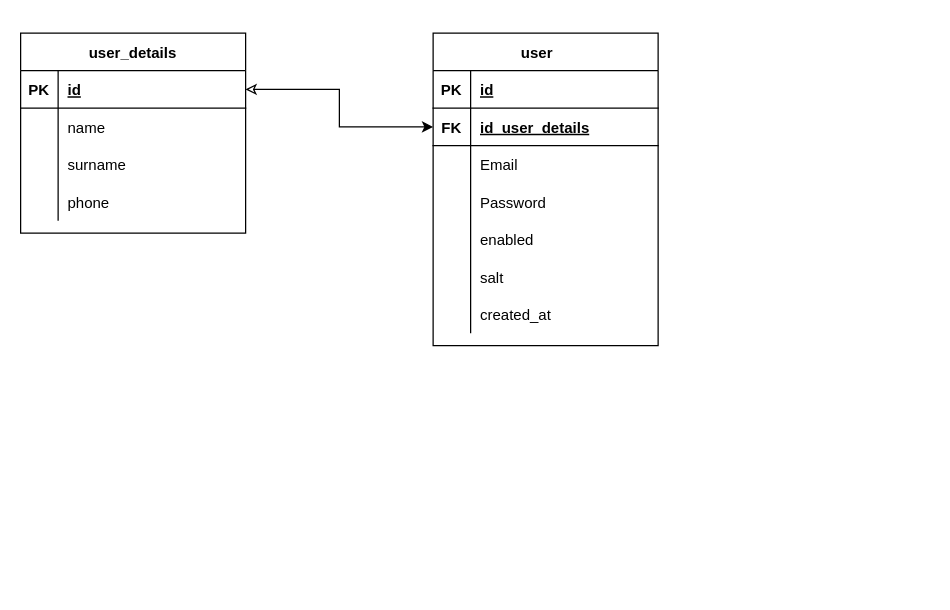
Above: WDPAI ERD.drawio in DiabolOwlin/Project_LiveHub (draw.io), before the change. Source tidied: cells renumbered, new cells numbered last; positions are measured from the earlier drawing's top-left corner, leaving out a move shared by most shapes. Both pictures are drawn from the tidied source at 125%, with x=0, y=0 at pixel (20, 32).
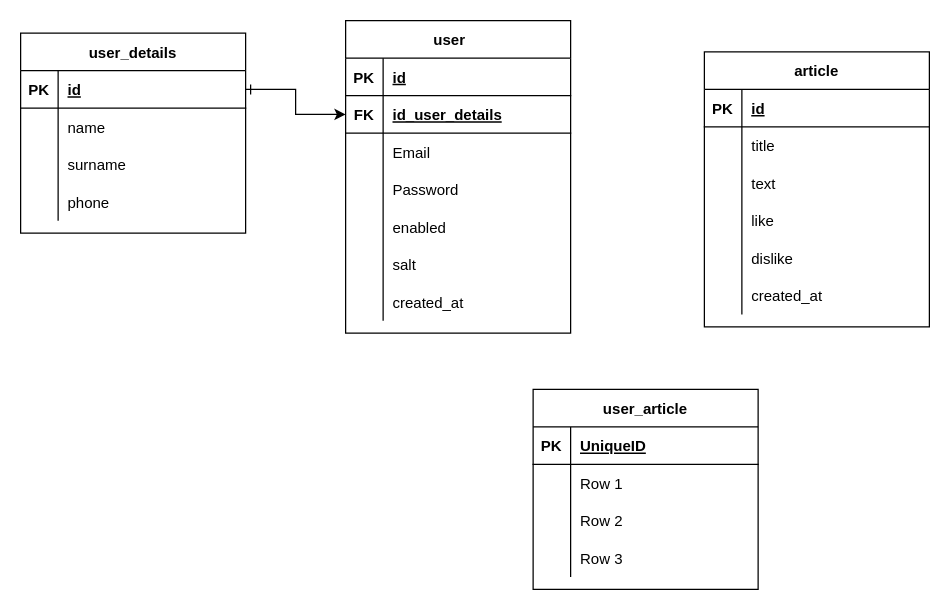
After the change.

Unchanged cells that the change refers to:
```xml
<mxCell id="6" style="shape=tableRow;horizontal=0;startSize=0;swimlaneHead=0;swimlaneBody=0;fillColor=none;points=[[0,0.5],[1,0.5]];portConstraint=eastwest;top=0;left=0;right=0;bottom=1;" parent="2" vertex="1">
  <mxGeometry y="60" width="180" height="30" as="geometry" />
</mxCell>
<mxCell id="25" style="shape=tableRow;horizontal=0;startSize=0;swimlaneHead=0;swimlaneBody=0;fillColor=none;points=[[0,0.5],[1,0.5]];portConstraint=eastwest;top=0;left=0;right=0;bottom=1;" parent="24" vertex="1">
  <mxGeometry y="30" width="180" height="30" as="geometry" />
</mxCell>
```

The edit, as a diff of the source:
```diff
@@
     <mxCell id="2" value="user    " style="shape=table;startSize=30;childLayout=tableLayout;rowLines=0;fontStyle=1;align=center;" parent="1" vertex="1">
-      <mxGeometry x="330" width="180" height="250" as="geometry" />
+      <mxGeometry x="260" y="-10" width="180" height="250" as="geometry" />
     </mxCell>
@@
-    <mxCell id="37" style="edgeStyle=orthogonalEdgeStyle;rounded=0;jettySize=auto;html=1;exitX=1;exitY=0.5;exitDx=0;exitDy=0;entryX=0;entryY=0.5;entryDx=0;entryDy=0;startArrow=classic;startFill=0;" parent="1" edge="1" source="25" target="6">
+    <mxCell id="37" style="edgeStyle=orthogonalEdgeStyle;rounded=0;jettySize=auto;html=1;exitX=1;exitY=0.5;exitDx=0;exitDy=0;entryX=0;entryY=0.5;entryDx=0;entryDy=0;startArrow=ERone;startFill=0;" parent="1" edge="1" source="25" target="6">
       <mxGeometry relative="1" as="geometry" />
     </mxCell>
+    <mxCell id="38" value="article" style="shape=table;startSize=30;childLayout=tableLayout;rowLines=0;fontStyle=1;align=center;" parent="1" vertex="1">
+      <mxGeometry x="547" y="15" width="180" height="220" as="geometry" />
+    </mxCell>
+    <mxCell id="39" style="shape=tableRow;horizontal=0;startSize=0;swimlaneHead=0;swimlaneBody=0;fillColor=none;top=0;left=0;right=0;bottom=1;" parent="38" vertex="1">
+      <mxGeometry y="30" width="180" height="30" as="geometry" />
+    </mxCell>
+    <mxCell id="40" value="PK" style="shape=partialRectangle;fillColor=none;top=0;left=0;bottom=0;right=0;fontStyle=1;overflow=hidden;" parent="39" vertex="1">
+      <mxGeometry width="30" height="30" as="geometry" />
+    </mxCell>
+    <mxCell id="41" value="id" style="shape=partialRectangle;fillColor=none;top=0;left=0;bottom=0;right=0;align=left;spacingLeft=6;fontStyle=5;overflow=hidden;" parent="39" vertex="1">
+      <mxGeometry x="30" width="150" height="30" as="geometry" />
+    </mxCell>
+    <mxCell id="42" style="shape=tableRow;horizontal=0;startSize=0;swimlaneHead=0;swimlaneBody=0;fillColor=none;top=0;left=0;right=0;bottom=0;" parent="38" vertex="1">
+      <mxGeometry y="60" width="180" height="30" as="geometry" />
+    </mxCell>
+    <mxCell id="43" style="shape=partialRectangle;fillColor=none;top=0;left=0;bottom=0;right=0;overflow=hidden;" parent="42" vertex="1">
+      <mxGeometry width="30" height="30" as="geometry" />
+    </mxCell>
+    <mxCell id="44" value="title" style="shape=partialRectangle;fillColor=none;top=0;left=0;bottom=0;right=0;align=left;spacingLeft=6;overflow=hidden;" parent="42" vertex="1">
+      <mxGeometry x="30" width="150" height="30" as="geometry" />
+    </mxCell>
+    <mxCell id="45" style="shape=tableRow;horizontal=0;startSize=0;swimlaneHead=0;swimlaneBody=0;fillColor=none;top=0;left=0;right=0;bottom=0;" parent="38" vertex="1">
+      <mxGeometry y="90" width="180" height="30" as="geometry" />
+    </mxCell>
+    <mxCell id="46" style="shape=partialRectangle;fillColor=none;top=0;left=0;bottom=0;right=0;overflow=hidden;" parent="45" vertex="1">
+      <mxGeometry width="30" height="30" as="geometry" />
+    </mxCell>
+    <mxCell id="47" value="text" style="shape=partialRectangle;fillColor=none;top=0;left=0;bottom=0;right=0;align=left;spacingLeft=6;overflow=hidden;" parent="45" vertex="1">
+      <mxGeometry x="30" width="150" height="30" as="geometry" />
+    </mxCell>
+    <mxCell id="48" style="shape=tableRow;horizontal=0;startSize=0;swimlaneHead=0;swimlaneBody=0;fillColor=none;top=0;left=0;right=0;bottom=0;" parent="38" vertex="1">
+      <mxGeometry y="120" width="180" height="30" as="geometry" />
+    </mxCell>
+    <mxCell id="49" style="shape=partialRectangle;fillColor=none;top=0;left=0;bottom=0;right=0;overflow=hidden;" parent="48" vertex="1">
+      <mxGeometry width="30" height="30" as="geometry" />
+    </mxCell>
+    <mxCell id="50" value="like" style="shape=partialRectangle;fillColor=none;top=0;left=0;bottom=0;right=0;align=left;spacingLeft=6;overflow=hidden;" parent="48" vertex="1">
+      <mxGeometry x="30" width="150" height="30" as="geometry" />
+    </mxCell>
+    <mxCell id="51" style="shape=tableRow;horizontal=0;startSize=0;swimlaneHead=0;swimlaneBody=0;fillColor=none;top=0;left=0;right=0;bottom=0;" parent="38" vertex="1">
+      <mxGeometry y="150" width="180" height="30" as="geometry" />
+    </mxCell>
+    <mxCell id="52" style="shape=partialRectangle;fillColor=none;top=0;left=0;bottom=0;right=0;overflow=hidden;" parent="51" vertex="1">
+      <mxGeometry width="30" height="30" as="geometry" />
+    </mxCell>
+    <mxCell id="53" value="dislike" style="shape=partialRectangle;fillColor=none;top=0;left=0;bottom=0;right=0;align=left;spacingLeft=6;overflow=hidden;" parent="51" vertex="1">
+      <mxGeometry x="30" width="150" height="30" as="geometry" />
+    </mxCell>
+    <mxCell id="54" style="shape=tableRow;horizontal=0;startSize=0;swimlaneHead=0;swimlaneBody=0;fillColor=none;top=0;left=0;right=0;bottom=0;" parent="38" vertex="1">
+      <mxGeometry y="180" width="180" height="30" as="geometry" />
+    </mxCell>
+    <mxCell id="55" style="shape=partialRectangle;fillColor=none;top=0;left=0;bottom=0;right=0;overflow=hidden;" parent="54" vertex="1">
+      <mxGeometry width="30" height="30" as="geometry" />
+    </mxCell>
+    <mxCell id="56" value="created_at" style="shape=partialRectangle;fillColor=none;top=0;left=0;bottom=0;right=0;align=left;spacingLeft=6;overflow=hidden;" parent="54" vertex="1">
+      <mxGeometry x="30" width="150" height="30" as="geometry" />
+    </mxCell>
+    <mxCell id="57" value="user_article" style="shape=table;startSize=30;childLayout=tableLayout;rowLines=0;fontStyle=1;align=center;" parent="1" vertex="1">
+      <mxGeometry x="410" y="285" width="180" height="160" as="geometry" />
+    </mxCell>
+    <mxCell id="58" style="shape=tableRow;horizontal=0;startSize=0;swimlaneHead=0;swimlaneBody=0;fillColor=none;top=0;left=0;right=0;bottom=1;" parent="57" vertex="1">
+      <mxGeometry y="30" width="180" height="30" as="geometry" />
+    </mxCell>
+    <mxCell id="59" value="PK" style="shape=partialRectangle;fillColor=none;top=0;left=0;bottom=0;right=0;fontStyle=1;overflow=hidden;" parent="58" vertex="1">
+      <mxGeometry width="30" height="30" as="geometry" />
+    </mxCell>
+    <mxCell id="60" value="UniqueID" style="shape=partialRectangle;fillColor=none;top=0;left=0;bottom=0;right=0;align=left;spacingLeft=6;fontStyle=5;overflow=hidden;" parent="58" vertex="1">
+      <mxGeometry x="30" width="150" height="30" as="geometry" />
+    </mxCell>
+    <mxCell id="61" style="shape=tableRow;horizontal=0;startSize=0;swimlaneHead=0;swimlaneBody=0;fillColor=none;top=0;left=0;right=0;bottom=0;" parent="57" vertex="1">
+      <mxGeometry y="60" width="180" height="30" as="geometry" />
+    </mxCell>
+    <mxCell id="62" style="shape=partialRectangle;fillColor=none;top=0;left=0;bottom=0;right=0;overflow=hidden;" parent="61" vertex="1">
+      <mxGeometry width="30" height="30" as="geometry" />
+    </mxCell>
+    <mxCell id="63" value="Row 1" style="shape=partialRectangle;fillColor=none;top=0;left=0;bottom=0;right=0;align=left;spacingLeft=6;overflow=hidden;" parent="61" vertex="1">
+      <mxGeometry x="30" width="150" height="30" as="geometry" />
+    </mxCell>
+    <mxCell id="64" style="shape=tableRow;horizontal=0;startSize=0;swimlaneHead=0;swimlaneBody=0;fillColor=none;top=0;left=0;right=0;bottom=0;" parent="57" vertex="1">
+      <mxGeometry y="90" width="180" height="30" as="geometry" />
+    </mxCell>
+    <mxCell id="65" style="shape=partialRectangle;fillColor=none;top=0;left=0;bottom=0;right=0;overflow=hidden;" parent="64" vertex="1">
+      <mxGeometry width="30" height="30" as="geometry" />
+    </mxCell>
+    <mxCell id="66" value="Row 2" style="shape=partialRectangle;fillColor=none;top=0;left=0;bottom=0;right=0;align=left;spacingLeft=6;overflow=hidden;" parent="64" vertex="1">
+      <mxGeometry x="30" width="150" height="30" as="geometry" />
+    </mxCell>
+    <mxCell id="67" style="shape=tableRow;horizontal=0;startSize=0;swimlaneHead=0;swimlaneBody=0;fillColor=none;top=0;left=0;right=0;bottom=0;" parent="57" vertex="1">
+      <mxGeometry y="120" width="180" height="30" as="geometry" />
+    </mxCell>
+    <mxCell id="68" style="shape=partialRectangle;fillColor=none;top=0;left=0;bottom=0;right=0;overflow=hidden;" parent="67" vertex="1">
+      <mxGeometry width="30" height="30" as="geometry" />
+    </mxCell>
+    <mxCell id="69" value="Row 3" style="shape=partialRectangle;fillColor=none;top=0;left=0;bottom=0;right=0;align=left;spacingLeft=6;overflow=hidden;" parent="67" vertex="1">
+      <mxGeometry x="30" width="150" height="30" as="geometry" />
+    </mxCell>
```
